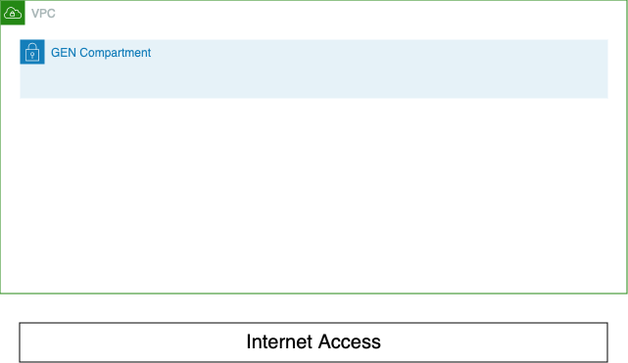
Earlier version of the draw.io export gen.png (yidihu/aws-solutions). Source tidied: cells renumbered, new cells last; positions are measured from the earlier drawing's top-left corner, leaving out a move shared by most shapes.
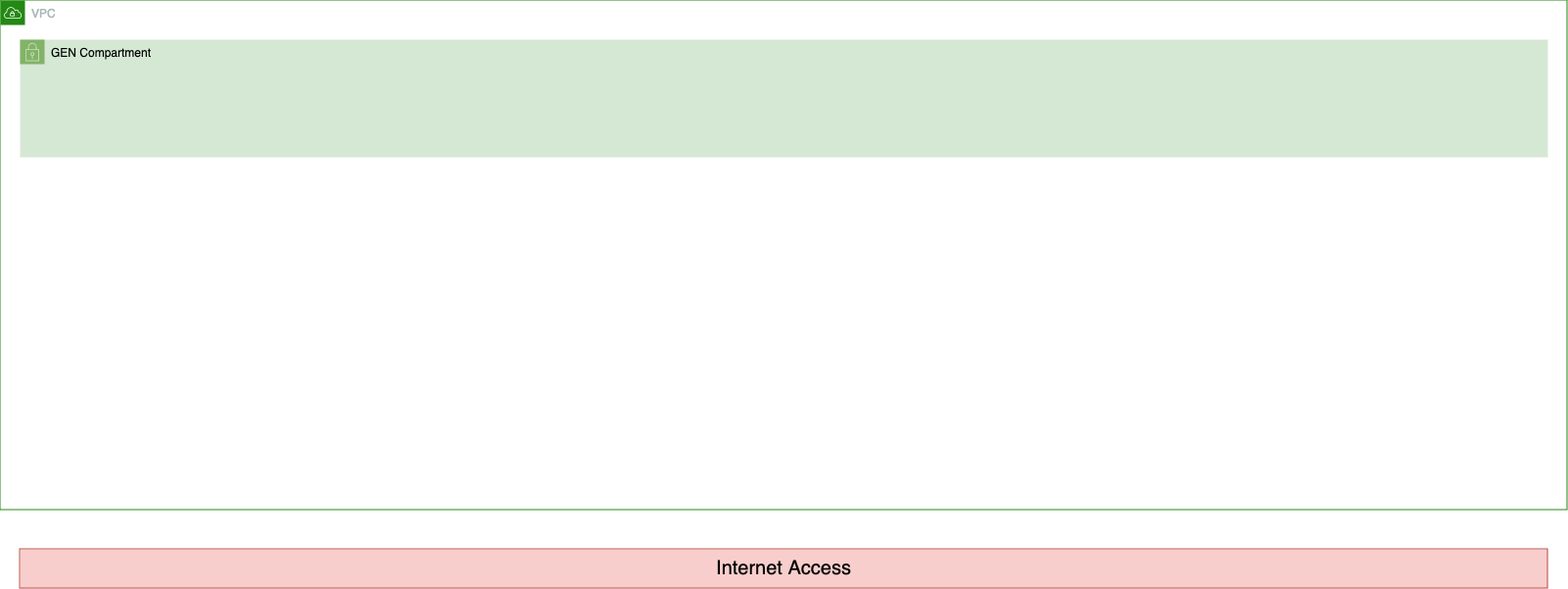
The same file after the commit.

Commit message:
create sample background

Diff of the diagram source:
```diff
@@ -3,13 +3,13 @@
     <mxCell id="0" />
     <mxCell id="1" parent="0" />
     <mxCell id="2" value="VPC" style="gradientColor=none;html=1;whiteSpace=wrap;fontSize=12;fontStyle=0;shape=mxgraph.aws4.group;grIcon=mxgraph.aws4.group_vpc;strokeColor=#248814;fillColor=none;verticalAlign=top;align=left;spacingLeft=30;fontColor=#AAB7B8;dashed=0;" parent="1" vertex="1">
-      <mxGeometry width="640" height="300" as="geometry" />
+      <mxGeometry width="1600" height="520" as="geometry" />
     </mxCell>
-    <mxCell id="3" value="GEN Compartment" style="gradientColor=none;html=1;whiteSpace=wrap;fontSize=12;fontStyle=0;shape=mxgraph.aws4.group;grIcon=mxgraph.aws4.group_security_group;grStroke=0;strokeColor=#147EBA;fillColor=#E6F2F8;verticalAlign=top;align=left;spacingLeft=30;fontColor=#147EBA;dashed=0;" parent="2" vertex="1">
-      <mxGeometry x="20" y="40" width="600" height="60" as="geometry" />
+    <mxCell id="3" value="GEN Compartment" style="html=1;whiteSpace=wrap;fontSize=12;fontStyle=0;shape=mxgraph.aws4.group;grIcon=mxgraph.aws4.group_security_group;grStroke=0;strokeColor=#82b366;fillColor=#d5e8d4;verticalAlign=top;align=left;spacingLeft=30;dashed=0;" parent="2" vertex="1">
+      <mxGeometry x="20" y="40" width="1560" height="120" as="geometry" />
     </mxCell>
-    <mxCell id="4" value="&lt;font style=&quot;font-size: 20px;&quot;&gt;Internet Access&lt;/font&gt;" style="text;html=1;strokeColor=default;fillColor=none;align=center;verticalAlign=middle;whiteSpace=wrap;rounded=0;" parent="1" vertex="1">
-      <mxGeometry x="20" y="330" width="600" height="40" as="geometry" />
+    <mxCell id="4" value="&lt;font style=&quot;font-size: 20px;&quot;&gt;Internet Access&lt;/font&gt;" style="text;html=1;strokeColor=#b85450;fillColor=#f8cecc;align=center;verticalAlign=middle;whiteSpace=wrap;rounded=0;" parent="1" vertex="1">
+      <mxGeometry x="20" y="560" width="1560" height="40" as="geometry" />
     </mxCell>
   </root>
 </mxGraphModel>
```
